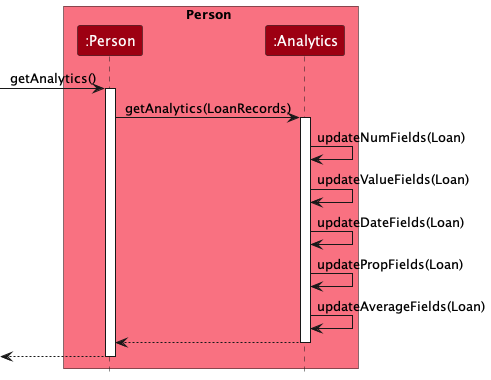
Before: docs/images/AnalyticsSequenceDiagram.png, a diagram exported from PlantUML (nus-cs2103-AY2324S2/tp). The source it was exported from:
```plantuml
@startuml
!include style.puml
skinparam ArrowFontStyle plain

box Person MODEL_COLOR_T1
participant ":Person" as Person MODEL_COLOR
participant ":Analytics" as Analytics MODEL_COLOR
end box

[-> Person : getAnalytics()
activate Person

Person -> Analytics : getAnalytics(LoanRecords)
activate Analytics

Analytics -> Analytics :updateNumFields(Loan)
Analytics -> Analytics :updateValueFields(Loan)
Analytics -> Analytics :updateDateFields(Loan)
Analytics -> Analytics :updatePropFields(Loan)
Analytics -> Analytics :updateAverageFields(Loan)
Analytics --> Person :
deactivate Analytics

[<-- Person
deactivate Person

@enduml
```
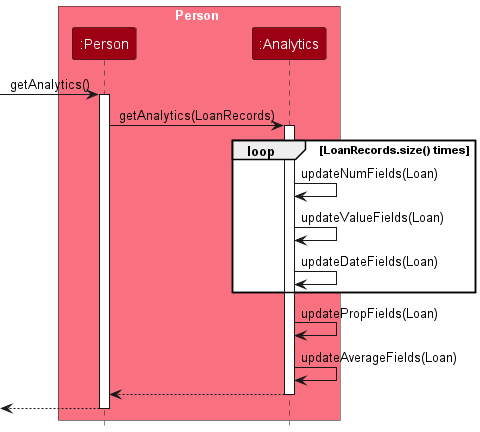
Above is the later version.

Commit message:
Save updated analytics sequence diagram

Change to the diagram source:
```diff
@@ -13,9 +13,11 @@
 Person -> Analytics : getAnalytics(LoanRecords)
 activate Analytics
 
+loop LoanRecords.size() times
 Analytics -> Analytics :updateNumFields(Loan)
 Analytics -> Analytics :updateValueFields(Loan)
 Analytics -> Analytics :updateDateFields(Loan)
+end
 Analytics -> Analytics :updatePropFields(Loan)
 Analytics -> Analytics :updateAverageFields(Loan)
 Analytics --> Person :
```
